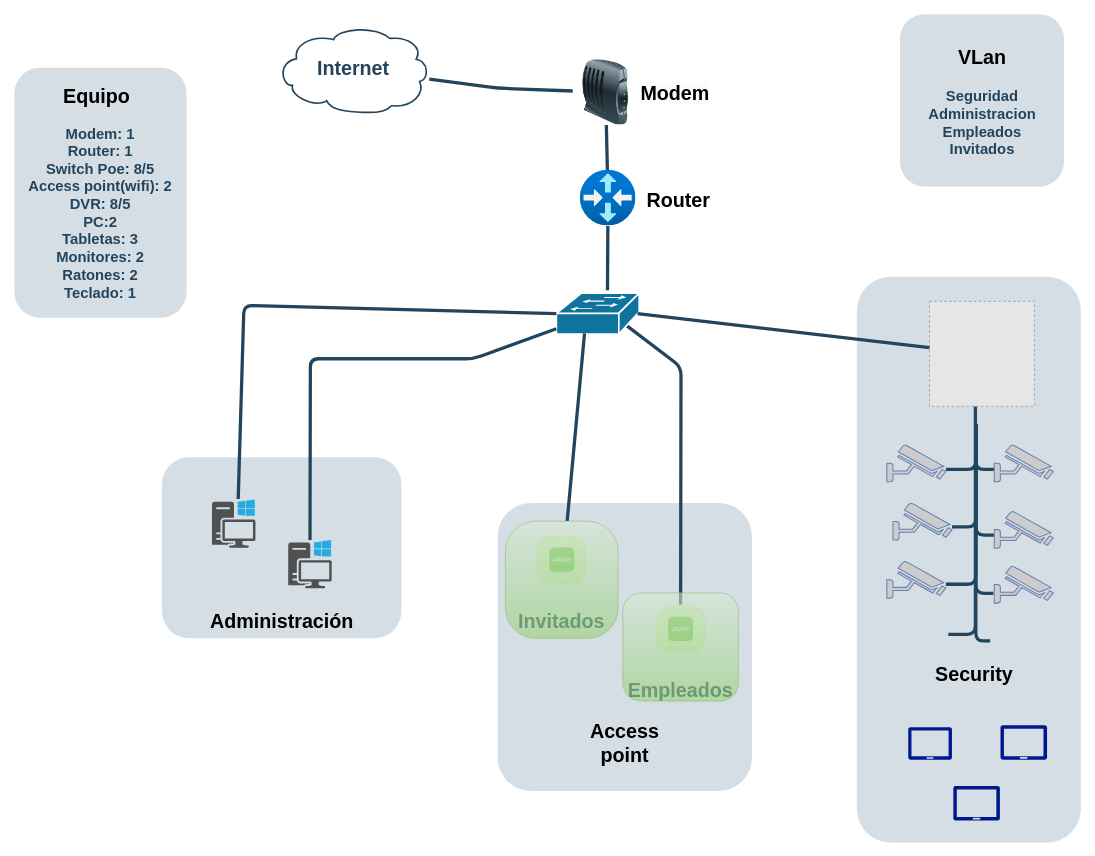
Before: Diaagrama_SDM.drawio in 0002itz/pruevas-registro-de-seguridad, a draw.io diagram. Source tidied: cells renumbered, new cells numbered last; positions are measured from the earlier drawing's top-left corner, leaving out a move shared by most shapes. Both pictures are drawn from the tidied source at 82%, with x=0, y=0 at pixel (14, 14). Pictures stored in the file or linked from it are replaced by grey dashed boxes.
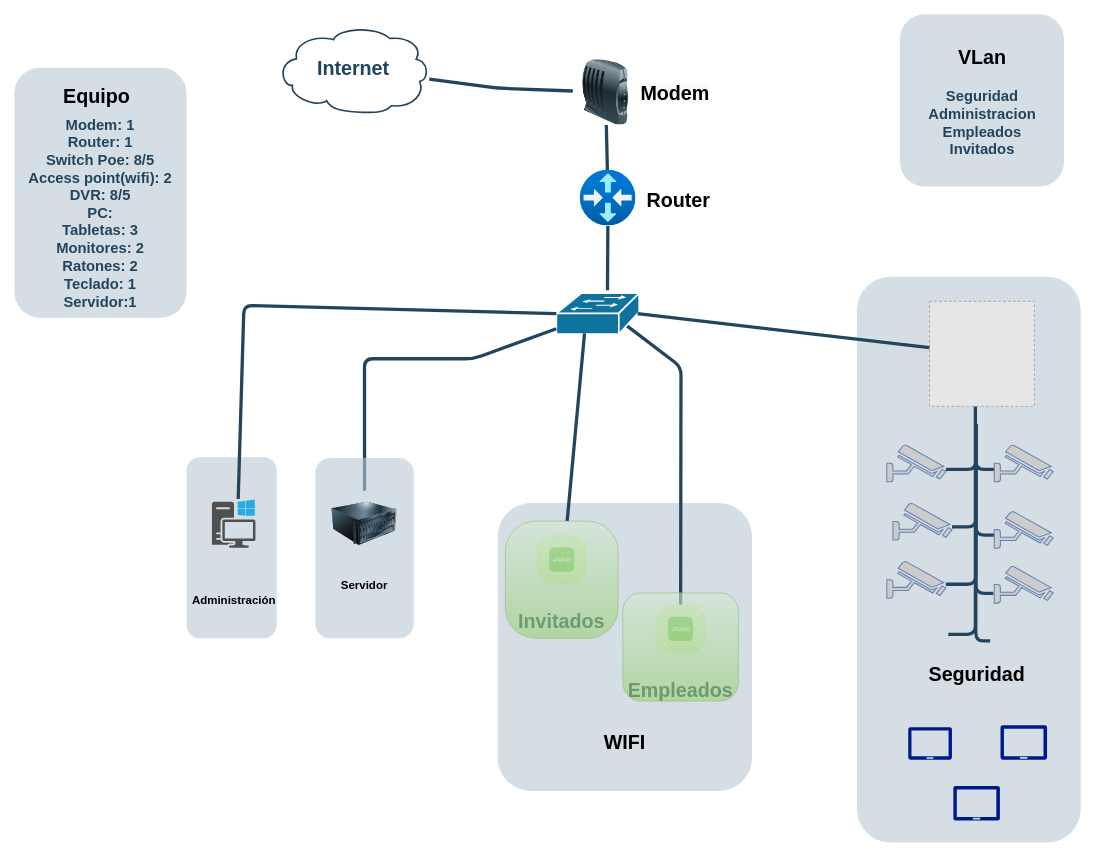
Above is the later version.

The change refers to these unchanged cells:
```xml
<mxCell id="28" style="shape=mxgraph.cisco.switches.workgroup_switch;html=1;dashed=0;fillColor=#10739E;strokeColor=#ffffff;strokeWidth=2;verticalLabelPosition=bottom;verticalAlign=top;fontFamily=Helvetica;fontSize=36;fontColor=#FFB366;" parent="1" vertex="1">
  <mxGeometry x="661" y="340" width="101" height="50" as="geometry" />
</mxCell>
```

What changed in the source:
```diff
@@
     <mxCell id="4" style="rounded=1;whiteSpace=wrap;html=1;strokeColor=none;fillColor=#BAC8D3;fontSize=24;fontColor=#23445D;align=center;opacity=60;" parent="1" vertex="1">
-      <mxGeometry x="180" y="540" width="292" height="221" as="geometry" />
+      <mxGeometry x="210" y="540" width="110" height="221" as="geometry" />
     </mxCell>
@@
-    <mxCell id="16" value="&lt;font color=&quot;#000000&quot;&gt;Security&amp;nbsp;&lt;/font&gt;" style="rounded=1;whiteSpace=wrap;html=1;strokeColor=none;fillColor=none;fontSize=24;fontColor=#23445D;align=center;fontStyle=1;" parent="1" vertex="1">
+    <mxCell id="16" value="&lt;font color=&quot;#000000&quot;&gt;Seguridad&lt;/font&gt;" style="rounded=1;whiteSpace=wrap;html=1;strokeColor=none;fillColor=none;fontSize=24;fontColor=#23445D;align=center;fontStyle=1;" parent="1" vertex="1">
       <mxGeometry x="1125.5" y="796" width="96" height="19" as="geometry" />
     </mxCell>
-    <mxCell id="17" value="&lt;font style=&quot;font-size: 24px;&quot; color=&quot;#000000&quot;&gt;Access point&lt;/font&gt;" style="rounded=1;whiteSpace=wrap;html=1;strokeColor=none;fillColor=none;fontSize=14;fontColor=#742B21;align=center;fontStyle=1;" parent="1" vertex="1">
+    <mxCell id="17" value="&lt;font style=&quot;font-size: 24px;&quot; color=&quot;#000000&quot;&gt;WIFI&lt;/font&gt;" style="rounded=1;whiteSpace=wrap;html=1;strokeColor=none;fillColor=none;fontSize=14;fontColor=#742B21;align=center;fontStyle=1;" parent="1" vertex="1">
       <mxGeometry x="690" y="879.7" width="109" height="19" as="geometry" />
     </mxCell>
-    <mxCell id="18" value="&lt;font color=&quot;#000000&quot;&gt;Administración&lt;/font&gt;" style="rounded=1;whiteSpace=wrap;html=1;strokeColor=none;fillColor=none;fontSize=24;fontColor=#23445D;align=center;fontStyle=1;" parent="1" vertex="1">
-      <mxGeometry x="279.5" y="721.5" width="93" height="39" as="geometry" />
+    <mxCell id="18" value="&lt;font color=&quot;#000000&quot; style=&quot;font-size: 14px;&quot;&gt;Administración&lt;/font&gt;" style="rounded=1;whiteSpace=wrap;html=1;strokeColor=none;fillColor=none;fontSize=14;fontColor=#23445D;align=center;fontStyle=1;" parent="1" vertex="1">
+      <mxGeometry x="257.8" y="680" width="19.5" height="70.5" as="geometry" />
     </mxCell>
@@
-    <mxCell id="36" style="sketch=0;shadow=0;dashed=0;html=1;strokeColor=none;fillColor=#505050;labelPosition=center;verticalLabelPosition=bottom;verticalAlign=top;outlineConnect=0;align=center;shape=mxgraph.office.devices.workstation_pc;" parent="1" vertex="1">
-      <mxGeometry x="334" y="641" width="53" height="59" as="geometry" />
-    </mxCell>
@@
-    <mxCell id="49" style="rounded=1;html=1;strokeColor=#23445D;endArrow=none;endFill=0;strokeWidth=4;" parent="1" edge="1" source="28" target="36">
+    <mxCell id="49" style="rounded=1;html=1;strokeColor=#23445D;endArrow=none;endFill=0;strokeWidth=4;" parent="1" edge="1" source="28" target="58">
       <mxGeometry relative="1" as="geometry">
         <Array as="points">
           <mxPoint x="560" y="420" />
-          <mxPoint x="361" y="420" />
+          <mxPoint x="427" y="420" />
         </Array>
       </mxGeometry>
     </mxCell>
@@
-    <mxCell id="54" value="&lt;font style=&quot;font-size: 18px;&quot; color=&quot;#23445d&quot;&gt;Modem: 1&lt;br&gt;Router: 1&lt;br&gt;Switch Poe: 8/5&lt;br&gt;Access point(wifi): 2&lt;br&gt;DVR: 8/5&lt;br&gt;PC:2&lt;br&gt;Tabletas: 3&lt;br&gt;Monitores: 2&lt;br&gt;Ratones: 2&lt;br&gt;Teclado: 1&lt;br&gt;&lt;/font&gt;" style="rounded=1;whiteSpace=wrap;html=1;strokeColor=none;fillColor=none;fontSize=14;fontColor=#742B21;align=center;fontStyle=1;strokeWidth=14;" parent="1" vertex="1">
+    <mxCell id="54" value="&lt;font style=&quot;font-size: 18px;&quot; color=&quot;#23445d&quot;&gt;Modem: 1&lt;br&gt;Router: 1&lt;br&gt;Switch Poe: 8/5&lt;br&gt;Access point(wifi): 2&lt;br&gt;DVR: 8/5&lt;br&gt;PC:&lt;br&gt;Tabletas: 3&lt;br&gt;Monitores: 2&lt;br&gt;Ratones: 2&lt;br&gt;Teclado: 1&lt;br&gt;Servidor:1&lt;br&gt;&lt;/font&gt;" style="rounded=1;whiteSpace=wrap;html=1;strokeColor=none;fillColor=none;fontSize=14;fontColor=#742B21;align=center;fontStyle=1;strokeWidth=14;" parent="1" vertex="1">
       <mxGeometry x="5" y="220" width="200" height="45" as="geometry" />
     </mxCell>
@@
+    <mxCell id="56" style="rounded=1;whiteSpace=wrap;html=1;strokeColor=none;fillColor=#BAC8D3;fontSize=24;fontColor=#23445D;align=center;opacity=60;" parent="1" vertex="1">
+      <mxGeometry x="367.1" y="541" width="120" height="220" as="geometry" />
+    </mxCell>
+    <mxCell id="57" value="&lt;font color=&quot;#000000&quot;&gt;Servidor&lt;/font&gt;" style="rounded=1;whiteSpace=wrap;html=1;strokeColor=none;fillColor=none;fontSize=14;fontColor=#23445D;align=center;fontStyle=1;" parent="1" vertex="1">
+      <mxGeometry x="419" y="661" width="16.2" height="70.5" as="geometry" />
+    </mxCell>
+    <mxCell id="58" style="image;html=1;image=img/lib/clip_art/computers/Server_128x128.png;" parent="1" vertex="1">
+      <mxGeometry x="387.1" y="581" width="80" height="80" as="geometry" />
+    </mxCell>
```
